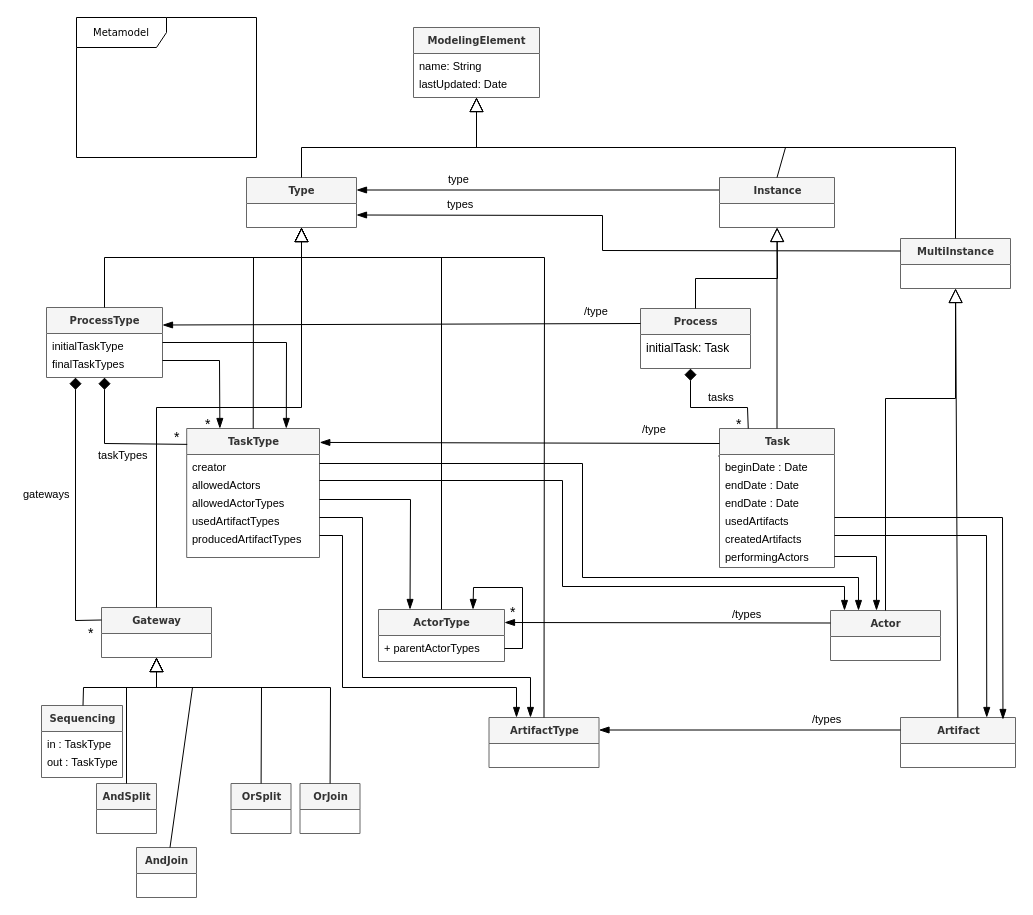
labsticc-p4s/multi-process-challenge keeps this draw.io diagram as Figures/Metamodel.drawio. Above is the earlier version. Source tidied: cells renumbered, new cells numbered last; positions are measured from the earlier drawing's top-left corner, leaving out a move shared by most shapes. Both pictures are drawn from the tidied source at 100%, with x=0, y=0 at pixel (17, 17).
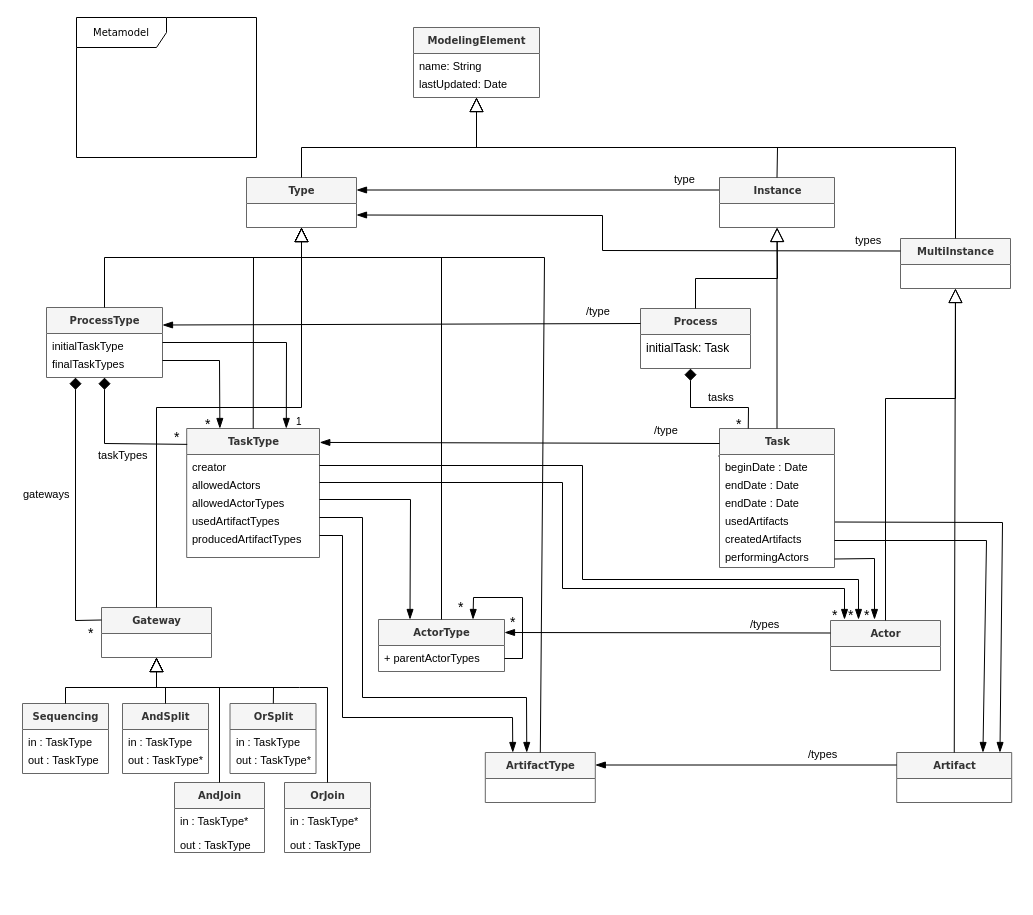
After the change.

Unchanged cells that the change refers to:
```xml
<mxCell id="8" value="&lt;b&gt;ModelingElement&lt;/b&gt;" style="swimlane;html=1;fontStyle=0;horizontal=1;startSize=26;fillColor=#f5f5f5;swimlaneFillColor=#ffffff;rounded=0;shadow=0;comic=0;labelBackgroundColor=none;strokeWidth=1;fontFamily=Verdana;fontSize=10;align=center;strokeColor=#666666;fontColor=#333333;" parent="1" vertex="1">
  <mxGeometry x="396" y="10" width="126" height="70" as="geometry" />
</mxCell>
<mxCell id="13" value="&lt;b&gt;Instance&lt;/b&gt;" style="swimlane;html=1;fontStyle=0;horizontal=1;startSize=26;fillColor=#f5f5f5;swimlaneFillColor=#ffffff;rounded=0;shadow=0;comic=0;labelBackgroundColor=none;strokeWidth=1;fontFamily=Verdana;fontSize=10;align=center;strokeColor=#666666;fontColor=#333333;" parent="1" vertex="1">
  <mxGeometry x="702" y="160" width="115" height="50" as="geometry" />
</mxCell>
<mxCell id="26" value="creator" style="text;html=1;strokeColor=none;fillColor=none;align=left;verticalAlign=top;spacingLeft=4;spacingRight=4;whiteSpace=wrap;overflow=hidden;points=[[0,0.5],[1,0.5]];portConstraint=eastwest;fontSize=11;" parent="25" vertex="1">
  <mxGeometry y="26" width="132.8" height="18" as="geometry" />
</mxCell>
<mxCell id="29" value="usedArtifactTypes" style="text;html=1;strokeColor=none;fillColor=none;align=left;verticalAlign=top;spacingLeft=4;spacingRight=4;whiteSpace=wrap;overflow=hidden;points=[[0,0.5],[1,0.5]];portConstraint=eastwest;fontSize=11;" parent="25" vertex="1">
  <mxGeometry y="80" width="132.8" height="18" as="geometry" />
</mxCell>
<mxCell id="30" value="producedArtifactTypes" style="text;html=1;strokeColor=none;fillColor=none;align=left;verticalAlign=top;spacingLeft=4;spacingRight=4;whiteSpace=wrap;overflow=hidden;points=[[0,0.5],[1,0.5]];portConstraint=eastwest;fontSize=11;" parent="25" vertex="1">
  <mxGeometry y="98" width="132.8" height="18" as="geometry" />
</mxCell>
<mxCell id="32" value="&lt;b&gt;Gateway&lt;/b&gt;" style="swimlane;html=1;fontStyle=0;horizontal=1;startSize=26;fillColor=#f5f5f5;swimlaneFillColor=#ffffff;rounded=0;shadow=0;comic=0;labelBackgroundColor=none;strokeWidth=1;fontFamily=Verdana;fontSize=10;align=center;strokeColor=#666666;fontColor=#333333;" parent="1" vertex="1">
  <mxGeometry x="84" y="590" width="110" height="50" as="geometry" />
</mxCell>
<mxCell id="47" value="&lt;b&gt;Task&lt;/b&gt;" style="swimlane;html=1;fontStyle=0;horizontal=1;startSize=26;fillColor=#f5f5f5;swimlaneFillColor=#ffffff;rounded=0;shadow=0;comic=0;labelBackgroundColor=none;strokeWidth=1;fontFamily=Verdana;fontSize=10;align=center;strokeColor=#666666;fontColor=#333333;" parent="1" vertex="1">
  <mxGeometry x="702" y="411" width="115" height="139" as="geometry" />
</mxCell>
<mxCell id="51" value="usedArtifacts" style="text;html=1;strokeColor=none;fillColor=none;align=left;verticalAlign=top;spacingLeft=4;spacingRight=4;whiteSpace=wrap;overflow=hidden;points=[[0,0.5],[1,0.5]];portConstraint=eastwest;fontSize=11;" parent="47" vertex="1">
  <mxGeometry y="80" width="115" height="18" as="geometry" />
</mxCell>
<mxCell id="52" value="createdArtifacts" style="text;html=1;strokeColor=none;fillColor=none;align=left;verticalAlign=top;spacingLeft=4;spacingRight=4;whiteSpace=wrap;overflow=hidden;points=[[0,0.5],[1,0.5]];portConstraint=eastwest;fontSize=11;" parent="47" vertex="1">
  <mxGeometry y="98" width="115" height="18" as="geometry" />
</mxCell>
<mxCell id="53" value="performingActors" style="text;html=1;strokeColor=none;fillColor=none;align=left;verticalAlign=top;spacingLeft=4;spacingRight=4;whiteSpace=wrap;overflow=hidden;points=[[0,0.5],[1,0.5]];portConstraint=eastwest;fontSize=11;" parent="47" vertex="1">
  <mxGeometry y="116" width="115" height="18" as="geometry" />
</mxCell>
```

The edit, as a diff of the source:
```diff
@@
+    <mxCell id="92" value="&lt;font style=&quot;font-size: 14px&quot;&gt;*&lt;/font&gt;" style="edgeLabel;html=1;align=left;verticalAlign=bottom;" parent="1" vertex="1">
+      <mxGeometry x="841" y="623" as="geometry">
+        <mxPoint x="4" y="-15" as="offset" />
+      </mxGeometry>
+    </mxCell>
+    <mxCell id="93" value="&lt;font style=&quot;font-size: 14px&quot;&gt;*&lt;/font&gt;" style="edgeLabel;html=1;align=left;verticalAlign=bottom;" parent="1" vertex="1">
+      <mxGeometry x="825" y="623" as="geometry">
+        <mxPoint x="4" y="-15" as="offset" />
+      </mxGeometry>
+    </mxCell>
+    <mxCell id="94" value="&lt;font style=&quot;font-size: 14px&quot;&gt;*&lt;/font&gt;" style="edgeLabel;html=1;align=left;verticalAlign=bottom;" parent="1" vertex="1">
+      <mxGeometry x="809" y="623" as="geometry">
+        <mxPoint x="4" y="-15" as="offset" />
+      </mxGeometry>
+    </mxCell>
+    <mxCell id="95" value="&lt;font style=&quot;font-size: 10px&quot;&gt;1&lt;/font&gt;" style="edgeLabel;html=1;align=left;verticalAlign=bottom;" parent="1" vertex="1">
+      <mxGeometry x="272.5" y="427" as="geometry">
+        <mxPoint x="4" y="-15" as="offset" />
+      </mxGeometry>
+    </mxCell>
@@
     <mxCell id="5" value="&lt;font style=&quot;font-size: 14px&quot;&gt;*&lt;/font&gt;" style="edgeLabel;html=1;align=left;verticalAlign=bottom;" parent="1" vertex="1">
-      <mxGeometry x="487" y="620" width="126" as="geometry">
+      <mxGeometry x="487" y="630" width="126" as="geometry">
         <mxPoint x="4" y="-15" as="offset" />
       </mxGeometry>
     </mxCell>
@@
     <mxCell id="16" style="endArrow=block;endSize=12;endFill=0;html=1;exitX=0.5;exitY=0;exitDx=0;exitDy=0;rounded=0;" parent="1" edge="1" source="13" target="8">
       <mxGeometry relative="1" as="geometry">
         <Array as="points">
-          <mxPoint x="768" y="130" />
+          <mxPoint x="760" y="130" />
           <mxPoint x="459" y="130" />
         </Array>
       </mxGeometry>
     </mxCell>
@@
     <mxCell id="18" value="type" style="edgeLabel;html=1;align=left;verticalAlign=bottom;" parent="1" vertex="1">
-      <mxGeometry x="429" y="170" as="geometry" />
+      <mxGeometry x="655" y="170" as="geometry" />
     </mxCell>
@@
     <mxCell id="20" value="types" style="edgeLabel;html=1;align=left;verticalAlign=bottom;" parent="1" vertex="1">
-      <mxGeometry x="424" y="210" as="geometry">
+      <mxGeometry x="832" y="246" as="geometry">
         <mxPoint x="4" y="-15" as="offset" />
       </mxGeometry>
     </mxCell>
@@
     <mxCell id="35" value="&lt;b&gt;ActorType&lt;/b&gt;" style="swimlane;html=1;fontStyle=0;horizontal=1;startSize=26;fillColor=#f5f5f5;swimlaneFillColor=#ffffff;rounded=0;shadow=0;comic=0;labelBackgroundColor=none;strokeWidth=1;fontFamily=Verdana;fontSize=10;align=center;strokeColor=#666666;fontColor=#333333;" parent="1" vertex="1">
-      <mxGeometry x="361" y="592" width="126" height="52" as="geometry" />
+      <mxGeometry x="361" y="602" width="126" height="52" as="geometry" />
     </mxCell>
@@
     <mxCell id="37" value="&lt;div&gt;&lt;b&gt;ArtifactType&lt;/b&gt;&lt;/div&gt;" style="swimlane;html=1;fontStyle=0;horizontal=1;startSize=26;fillColor=#f5f5f5;swimlaneFillColor=#ffffff;rounded=0;shadow=0;comic=0;labelBackgroundColor=none;strokeWidth=1;fontFamily=Verdana;fontSize=10;align=center;strokeColor=#666666;fontColor=#333333;" parent="1" vertex="1">
-      <mxGeometry x="471.5" y="700" width="110" height="50" as="geometry" />
+      <mxGeometry x="467.8" y="735" width="110" height="50" as="geometry" />
     </mxCell>
@@
     <mxCell id="46" value="/type" style="edgeLabel;html=1;align=left;verticalAlign=bottom;" parent="1" vertex="1">
-      <mxGeometry x="565" y="302" as="geometry" />
+      <mxGeometry x="567" y="302" as="geometry" />
     </mxCell>
@@
     <mxCell id="54" style="edgeStyle=none;rounded=0;jettySize=auto;html=1;endArrow=none;endFill=0;endSize=10;startArrow=diamond;startFill=1;startSize=10;entryX=0.25;entryY=0;entryDx=0;entryDy=0;" parent="1" edge="1" target="47">
       <mxGeometry relative="1" as="geometry">
         <mxPoint x="673" y="351" as="sourcePoint" />
         <Array as="points">
           <mxPoint x="673" y="390" />
-          <mxPoint x="730" y="390" />
+          <mxPoint x="731" y="390" />
         </Array>
       </mxGeometry>
     </mxCell>
@@
     <mxCell id="57" value="/type" style="edgeLabel;html=1;align=left;verticalAlign=bottom;" parent="1" vertex="1">
-      <mxGeometry x="623" y="420" as="geometry" />
+      <mxGeometry x="635" y="421" as="geometry" />
     </mxCell>
     <mxCell id="58" value="&lt;b&gt;Actor&lt;/b&gt;" style="swimlane;html=1;fontStyle=0;horizontal=1;startSize=26;fillColor=#f5f5f5;swimlaneFillColor=#ffffff;rounded=0;shadow=0;comic=0;labelBackgroundColor=none;strokeWidth=1;fontFamily=Verdana;fontSize=10;align=center;strokeColor=#666666;fontColor=#333333;" parent="1" vertex="1">
-      <mxGeometry x="813" y="593" width="110" height="50" as="geometry" />
+      <mxGeometry x="813" y="603" width="110" height="50" as="geometry" />
     </mxCell>
@@
     <mxCell id="60" value="/types" style="edgeLabel;html=1;align=left;verticalAlign=bottom;" parent="1" vertex="1">
-      <mxGeometry x="713" y="605" as="geometry" />
+      <mxGeometry x="731" y="615" as="geometry" />
     </mxCell>
     <mxCell id="61" value="&lt;b&gt;Artifact&lt;/b&gt;" style="swimlane;html=1;fontStyle=0;horizontal=1;startSize=26;fillColor=#f5f5f5;swimlaneFillColor=#ffffff;rounded=0;shadow=0;comic=0;labelBackgroundColor=none;strokeWidth=1;fontFamily=Verdana;fontSize=10;align=center;strokeColor=#666666;fontColor=#333333;" parent="1" vertex="1">
-      <mxGeometry x="883" y="700" width="115" height="50" as="geometry" />
+      <mxGeometry x="879.2" y="735" width="115" height="50" as="geometry" />
     </mxCell>
@@
     <mxCell id="63" value="/types" style="edgeLabel;html=1;align=left;verticalAlign=bottom;" parent="1" vertex="1">
-      <mxGeometry x="793" y="710" as="geometry" />
+      <mxGeometry x="789.2" y="745" as="geometry" />
     </mxCell>
@@
     <mxCell id="68" value="&lt;b&gt;Sequencing&lt;/b&gt;" style="swimlane;html=1;fontStyle=0;horizontal=1;startSize=26;fillColor=#f5f5f5;swimlaneFillColor=#ffffff;rounded=0;shadow=0;comic=0;labelBackgroundColor=none;strokeWidth=1;fontFamily=Verdana;fontSize=10;align=center;strokeColor=#666666;fontColor=#333333;" parent="1" vertex="1">
-      <mxGeometry x="24" y="688" width="81" height="72" as="geometry" />
+      <mxGeometry x="5" y="686" width="86" height="70" as="geometry" />
     </mxCell>
     <mxCell id="69" value="in : TaskType" style="text;html=1;strokeColor=none;fillColor=none;align=left;verticalAlign=top;spacingLeft=4;spacingRight=4;whiteSpace=wrap;overflow=hidden;fontSize=11;" parent="68" vertex="1">
-      <mxGeometry y="26" width="81" height="18" as="geometry" />
+      <mxGeometry y="26" width="86" height="18" as="geometry" />
     </mxCell>
     <mxCell id="70" value="out : TaskType" style="text;html=1;strokeColor=none;fillColor=none;align=left;verticalAlign=top;spacingLeft=4;spacingRight=4;whiteSpace=wrap;overflow=hidden;fontSize=11;" parent="68" vertex="1">
-      <mxGeometry y="44" width="81" height="18" as="geometry" />
+      <mxGeometry y="44" width="86" height="18" as="geometry" />
     </mxCell>
     <mxCell id="71" value="&lt;b&gt;AndSplit&lt;/b&gt;" style="swimlane;html=1;fontStyle=0;horizontal=1;startSize=26;fillColor=#f5f5f5;swimlaneFillColor=#ffffff;rounded=0;shadow=0;comic=0;labelBackgroundColor=none;strokeWidth=1;fontFamily=Verdana;fontSize=10;align=center;strokeColor=#666666;fontColor=#333333;" parent="1" vertex="1">
-      <mxGeometry x="79" y="766" width="60" height="50" as="geometry" />
+      <mxGeometry x="105" y="686" width="86" height="70" as="geometry" />
     </mxCell>
+    <mxCell id="96" value="in : TaskType" style="text;html=1;strokeColor=none;fillColor=none;align=left;verticalAlign=top;spacingLeft=4;spacingRight=4;whiteSpace=wrap;overflow=hidden;fontSize=11;" parent="71" vertex="1">
+      <mxGeometry y="26" width="86" height="18" as="geometry" />
+    </mxCell>
+    <mxCell id="97" value="out : TaskType*" style="text;html=1;strokeColor=none;fillColor=none;align=left;verticalAlign=top;spacingLeft=4;spacingRight=4;whiteSpace=wrap;overflow=hidden;fontSize=11;" parent="71" vertex="1">
+      <mxGeometry y="44" width="86" height="18" as="geometry" />
+    </mxCell>
     <mxCell id="72" value="&lt;b&gt;OrSplit&lt;/b&gt;" style="swimlane;html=1;fontStyle=0;horizontal=1;startSize=26;fillColor=#f5f5f5;swimlaneFillColor=#ffffff;rounded=0;shadow=0;comic=0;labelBackgroundColor=none;strokeWidth=1;fontFamily=Verdana;fontSize=10;align=center;strokeColor=#666666;fontColor=#333333;" parent="1" vertex="1">
-      <mxGeometry x="213.5" y="766" width="60" height="50" as="geometry" />
+      <mxGeometry x="212.5" y="686" width="86" height="70" as="geometry" />
     </mxCell>
+    <mxCell id="98" value="in : TaskType" style="text;html=1;strokeColor=none;fillColor=none;align=left;verticalAlign=top;spacingLeft=4;spacingRight=4;whiteSpace=wrap;overflow=hidden;fontSize=11;" parent="72" vertex="1">
+      <mxGeometry y="26" width="86" height="18" as="geometry" />
+    </mxCell>
+    <mxCell id="99" value="out : TaskType*" style="text;html=1;strokeColor=none;fillColor=none;align=left;verticalAlign=top;spacingLeft=4;spacingRight=4;whiteSpace=wrap;overflow=hidden;fontSize=11;" parent="72" vertex="1">
+      <mxGeometry y="44" width="86" height="18" as="geometry" />
+    </mxCell>
     <mxCell id="73" value="&lt;b&gt;AndJoin&lt;/b&gt;" style="swimlane;html=1;fontStyle=0;horizontal=1;startSize=26;fillColor=#f5f5f5;swimlaneFillColor=#ffffff;rounded=0;shadow=0;comic=0;labelBackgroundColor=none;strokeWidth=1;fontFamily=Verdana;fontSize=10;align=center;strokeColor=#666666;fontColor=#333333;" parent="1" vertex="1">
-      <mxGeometry x="119" y="830" width="60" height="50" as="geometry" />
+      <mxGeometry x="157" y="765" width="90" height="70" as="geometry" />
     </mxCell>
+    <mxCell id="100" value="in : TaskType*" style="text;html=1;strokeColor=none;fillColor=none;align=left;verticalAlign=top;spacingLeft=4;spacingRight=4;whiteSpace=wrap;overflow=hidden;fontSize=11;" parent="73" vertex="1">
+      <mxGeometry y="26" width="90" height="24" as="geometry" />
+    </mxCell>
+    <mxCell id="101" value="&lt;div&gt;out : TaskType&lt;/div&gt;&lt;div&gt;&lt;br&gt;&lt;/div&gt;" style="text;html=1;strokeColor=none;fillColor=none;align=left;verticalAlign=top;spacingLeft=4;spacingRight=4;whiteSpace=wrap;overflow=hidden;fontSize=11;" parent="73" vertex="1">
+      <mxGeometry y="50" width="90" height="18" as="geometry" />
+    </mxCell>
     <mxCell id="74" value="&lt;b&gt;OrJoin&lt;/b&gt;" style="swimlane;html=1;fontStyle=0;horizontal=1;startSize=26;fillColor=#f5f5f5;swimlaneFillColor=#ffffff;rounded=0;shadow=0;comic=0;labelBackgroundColor=none;strokeWidth=1;fontFamily=Verdana;fontSize=10;align=center;strokeColor=#666666;fontColor=#333333;" parent="1" vertex="1">
-      <mxGeometry x="282.5" y="766" width="60" height="50" as="geometry" />
+      <mxGeometry x="267" y="765" width="86" height="70" as="geometry" />
     </mxCell>
+    <mxCell id="102" value="in : TaskType*" style="text;html=1;strokeColor=none;fillColor=none;align=left;verticalAlign=top;spacingLeft=4;spacingRight=4;whiteSpace=wrap;overflow=hidden;fontSize=11;" parent="74" vertex="1">
+      <mxGeometry y="26" width="86" height="24" as="geometry" />
+    </mxCell>
+    <mxCell id="103" value="&lt;div&gt;out : TaskType&lt;/div&gt;&lt;div&gt;&lt;br&gt;&lt;/div&gt;" style="text;html=1;strokeColor=none;fillColor=none;align=left;verticalAlign=top;spacingLeft=4;spacingRight=4;whiteSpace=wrap;overflow=hidden;fontSize=11;" parent="74" vertex="1">
+      <mxGeometry y="50" width="86" height="18" as="geometry" />
+    </mxCell>
     <mxCell id="75" style="endArrow=block;endSize=12;endFill=0;html=1;rounded=0;" parent="1" edge="1" source="68" target="32">
       <mxGeometry relative="1" as="geometry">
         <Array as="points">
-          <mxPoint x="66" y="670" />
+          <mxPoint x="48" y="670" />
           <mxPoint x="139" y="670" />
         </Array>
       </mxGeometry>
     </mxCell>
     <mxCell id="76" style="endArrow=block;endSize=12;endFill=0;html=1;rounded=0;entryX=0.5;entryY=1;entryDx=0;entryDy=0;" parent="1" edge="1" source="71" target="32">
       <mxGeometry relative="1" as="geometry">
         <Array as="points">
-          <mxPoint x="109" y="670" />
+          <mxPoint x="148" y="670" />
           <mxPoint x="139" y="670" />
         </Array>
       </mxGeometry>
     </mxCell>
     <mxCell id="77" style="endArrow=block;endSize=12;endFill=0;html=1;rounded=0;" parent="1" edge="1" source="72" target="32">
       <mxGeometry relative="1" as="geometry">
         <Array as="points">
-          <mxPoint x="244" y="670" />
+          <mxPoint x="256" y="670" />
           <mxPoint x="139" y="670" />
         </Array>
       </mxGeometry>
     </mxCell>
     <mxCell id="78" style="endArrow=block;endSize=12;endFill=0;html=1;rounded=0;" parent="1" edge="1" source="73" target="32">
       <mxGeometry relative="1" as="geometry">
         <Array as="points">
-          <mxPoint x="175" y="670" />
+          <mxPoint x="202" y="670" />
           <mxPoint x="139" y="670" />
         </Array>
       </mxGeometry>
     </mxCell>
     <mxCell id="79" style="endArrow=block;endSize=12;endFill=0;html=1;rounded=0;" parent="1" edge="1" source="74" target="32">
       <mxGeometry relative="1" as="geometry">
         <Array as="points">
-          <mxPoint x="313" y="670" />
+          <mxPoint x="310" y="670" />
+          <mxPoint x="282" y="670" />
           <mxPoint x="139" y="670" />
         </Array>
       </mxGeometry>
     </mxCell>
-    <mxCell id="80" style="edgeStyle=none;rounded=0;jettySize=auto;html=1;exitX=1;exitY=0.5;exitDx=0;exitDy=0;endArrow=blockThin;endFill=1;endSize=8;" parent="1" edge="1" source="26">
+    <mxCell id="80" style="edgeStyle=none;rounded=0;orthogonalLoop=1;jettySize=auto;html=1;exitX=1;exitY=0.5;exitDx=0;exitDy=0;endArrow=blockThin;endFill=1;endSize=8;" parent="1" edge="1">
       <mxGeometry relative="1" as="geometry">
-        <mxPoint x="841" y="593" as="targetPoint" />
+        <mxPoint x="302" y="448" as="sourcePoint" />
+        <mxPoint x="841" y="602" as="targetPoint" />
         <Array as="points">
-          <mxPoint x="565" y="446" />
-          <mxPoint x="565" y="560" />
-          <mxPoint x="841" y="560" />
+          <mxPoint x="565" y="448" />
+          <mxPoint x="565" y="562" />
+          <mxPoint x="841" y="562" />
         </Array>
       </mxGeometry>
     </mxCell>
@@
-    <mxCell id="85" style="edgeStyle=none;rounded=0;orthogonalLoop=1;jettySize=auto;html=1;exitX=1;exitY=0.5;exitDx=0;exitDy=0;endArrow=blockThin;endFill=1;endSize=8;entryX=0.127;entryY=0.02;entryDx=0;entryDy=0;entryPerimeter=0;" parent="1" edge="1">
+    <mxCell id="85" style="edgeStyle=none;rounded=0;orthogonalLoop=1;jettySize=auto;html=1;exitX=1;exitY=0.5;exitDx=0;exitDy=0;endArrow=blockThin;endFill=1;endSize=8;" parent="1" edge="1">
       <mxGeometry relative="1" as="geometry">
-        <mxPoint x="302" y="463" as="sourcePoint" />
-        <mxPoint x="827" y="593" as="targetPoint" />
+        <mxPoint x="302" y="465" as="sourcePoint" />
+        <mxPoint x="827" y="602" as="targetPoint" />
         <Array as="points">
-          <mxPoint x="545" y="463" />
-          <mxPoint x="545" y="569" />
-          <mxPoint x="827" y="569" />
+          <mxPoint x="545" y="465" />
+          <mxPoint x="545" y="571" />
+          <mxPoint x="827" y="571" />
         </Array>
       </mxGeometry>
     </mxCell>
     <mxCell id="86" style="edgeStyle=none;rounded=0;jettySize=auto;html=1;exitX=1;exitY=0.5;exitDx=0;exitDy=0;endArrow=blockThin;endFill=1;endSize=8;entryX=0.25;entryY=0;entryDx=0;entryDy=0;" parent="1" edge="1" source="30" target="37">
       <mxGeometry relative="1" as="geometry">
         <Array as="points">
           <mxPoint x="325" y="518" />
-          <mxPoint x="325" y="670" />
-          <mxPoint x="499" y="670" />
+          <mxPoint x="325" y="700" />
+          <mxPoint x="495" y="700" />
         </Array>
       </mxGeometry>
     </mxCell>
     <mxCell id="87" style="edgeStyle=none;rounded=0;jettySize=auto;html=1;exitX=1;exitY=0.5;exitDx=0;exitDy=0;endArrow=blockThin;endFill=1;endSize=8;entryX=0.377;entryY=0;entryDx=0;entryDy=0;entryPerimeter=0;" parent="1" edge="1" source="29" target="37">
       <mxGeometry relative="1" as="geometry">
         <Array as="points">
           <mxPoint x="345" y="500" />
-          <mxPoint x="345" y="660" />
-          <mxPoint x="513" y="660" />
+          <mxPoint x="345" y="680" />
+          <mxPoint x="509" y="680" />
         </Array>
       </mxGeometry>
     </mxCell>
-    <mxCell id="88" style="edgeStyle=none;rounded=0;orthogonalLoop=1;jettySize=auto;html=1;exitX=1;exitY=0.5;exitDx=0;exitDy=0;endArrow=blockThin;endFill=1;endSize=8;" parent="1" edge="1">
+    <mxCell id="88" style="edgeStyle=none;rounded=0;jettySize=auto;html=1;endArrow=blockThin;endFill=1;endSize=8;exitX=1;exitY=0.806;exitDx=0;exitDy=0;exitPerimeter=0;" parent="1" edge="1" source="53">
       <mxGeometry relative="1" as="geometry">
-        <mxPoint x="817" y="539" as="sourcePoint" />
-        <mxPoint x="859" y="593" as="targetPoint" />
+        <mxPoint x="857" y="602" as="targetPoint" />
         <Array as="points">
-          <mxPoint x="859" y="539" />
+          <mxPoint x="857" y="541" />
         </Array>
       </mxGeometry>
     </mxCell>
-    <mxCell id="89" style="edgeStyle=none;rounded=0;jettySize=auto;html=1;exitX=1;exitY=0.5;exitDx=0;exitDy=0;endArrow=blockThin;endFill=1;endSize=8;entryX=0.891;entryY=0.04;entryDx=0;entryDy=0;entryPerimeter=0;" parent="1" edge="1" source="51" target="61">
+    <mxCell id="89" style="edgeStyle=none;rounded=0;jettySize=auto;html=1;endArrow=blockThin;endFill=1;endSize=8;entryX=0.898;entryY=0;entryDx=0;entryDy=0;entryPerimeter=0;exitX=1.004;exitY=0.75;exitDx=0;exitDy=0;exitPerimeter=0;" parent="1" edge="1" source="51" target="61">
       <mxGeometry relative="1" as="geometry">
         <Array as="points">
-          <mxPoint x="985" y="500" />
+          <mxPoint x="985" y="505" />
         </Array>
       </mxGeometry>
     </mxCell>
-    <mxCell id="90" style="edgeStyle=none;rounded=0;jettySize=auto;html=1;exitX=1;exitY=0.5;exitDx=0;exitDy=0;endArrow=blockThin;endFill=1;endSize=8;entryX=0.75;entryY=0;entryDx=0;entryDy=0;" parent="1" edge="1" source="52" target="61">
+    <mxCell id="90" style="edgeStyle=none;rounded=0;jettySize=auto;html=1;exitX=1;exitY=0.5;exitDx=0;exitDy=0;endArrow=blockThin;endFill=1;endSize=8;entryX=0.75;entryY=0;entryDx=0;entryDy=0;" parent="1" edge="1" target="61">
       <mxGeometry relative="1" as="geometry">
+        <mxPoint x="817" y="523" as="sourcePoint" />
         <Array as="points">
-          <mxPoint x="969" y="518" />
+          <mxPoint x="969" y="523" />
         </Array>
       </mxGeometry>
     </mxCell>
     <mxCell id="91" style="edgeStyle=none;rounded=0;orthogonalLoop=1;jettySize=auto;html=1;endArrow=blockThin;endFill=1;endSize=8;exitX=1;exitY=0.75;exitDx=0;exitDy=0;entryX=0.75;entryY=0;entryDx=0;entryDy=0;" parent="1" edge="1" source="35" target="35">
       <mxGeometry relative="1" as="geometry">
         <Array as="points">
-          <mxPoint x="505" y="631" />
-          <mxPoint x="505" y="570" />
-          <mxPoint x="456" y="570" />
+          <mxPoint x="505" y="641" />
+          <mxPoint x="505" y="580" />
+          <mxPoint x="456" y="580" />
         </Array>
       </mxGeometry>
     </mxCell>
+    <mxCell id="104" value="&lt;font style=&quot;font-size: 14px&quot;&gt;*&lt;/font&gt;" style="edgeLabel;html=1;align=left;verticalAlign=bottom;" parent="1" vertex="1">
+      <mxGeometry x="435" y="615" width="126" as="geometry">
+        <mxPoint x="4" y="-15" as="offset" />
+      </mxGeometry>
+    </mxCell>
```
